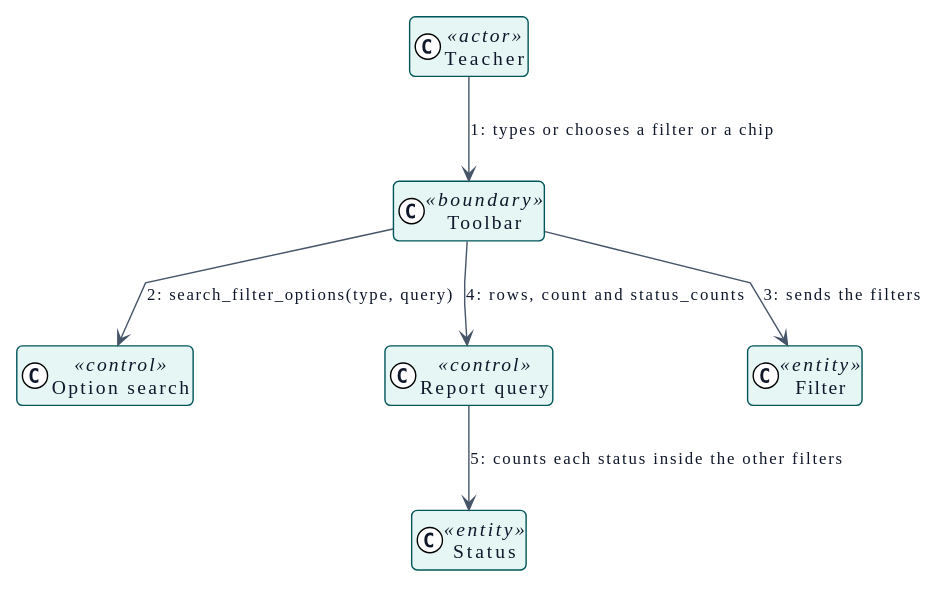
Before: docs/es/technical/analysis/use-cases/narrowReport/collaboration.svg, a diagram exported from PlantUML (didactika/moodle-report_autograder). Source of this version:
```plantuml
@startuml
!theme plain
skinparam backgroundColor #FFFFFF
skinparam defaultFontName IBM Plex Sans
skinparam defaultFontSize 14
skinparam defaultFontColor #0F172A
skinparam shadowing false
skinparam packageStyle rectangle
skinparam ArrowFontSize 12
skinparam ClassAttributeIconSize 0
skinparam roundCorner 8
skinparam ArrowColor #475569
skinparam ArrowFontColor #0F172A
skinparam NoteBackgroundColor #FDF3DC
skinparam NoteBorderColor #00555A
skinparam NoteFontColor #0F172A
skinparam class {
  BackgroundColor #E6F6F4
  BorderColor #00555A
  FontColor #0F172A
}
skinparam entity {
  BackgroundColor #E6F6F4
  BorderColor #00555A
  FontColor #0F172A
}
skinparam participant {
  BackgroundColor #E6F6F4
  BorderColor #00555A
  FontColor #0F172A
}
skinparam actor {
  BackgroundColor #E6F6F4
  BorderColor #00555A
  FontColor #0F172A
}
skinparam database {
  BackgroundColor #E6F6F4
  BorderColor #00555A
  FontColor #0F172A
}
skinparam component {
  BackgroundColor #E6F6F4
  BorderColor #00555A
  FontColor #0F172A
}
skinparam node {
  BackgroundColor #E6F6F4
  BorderColor #00555A
  FontColor #0F172A
}
skinparam usecase {
  BackgroundColor #E6F6F4
  BorderColor #00555A
  FontColor #0F172A
}
skinparam interface {
  BackgroundColor #E6F6F4
  BorderColor #00555A
  FontColor #0F172A
}
skinparam state {
  BackgroundColor #E6F6F4
  BorderColor #00555A
  FontColor #0F172A
  StartColor #475569
  EndColor #475569
  ArrowColor #475569
}
skinparam package {
  BackgroundColor #F1F5F9
  BorderColor #00555A
  FontColor #0F172A
}
skinparam sequence {
  LifeLineBorderColor #475569
  LifeLineBackgroundColor #E6F6F4
  ArrowColor #475569
  GroupBorderColor #00555A
  GroupBackgroundColor #F1F5F9
}
skinparam package<<level1>> {
  BackgroundColor #A7DDD5
  BorderColor #00555A
  FontColor #0F172A
}
skinparam package<<level2>> {
  BackgroundColor #C8EEE9
  BorderColor #00555A
  FontColor #0F172A
}
skinparam package<<level3>> {
  BackgroundColor #E6F6F4
  BorderColor #00555A
  FontColor #0F172A
}
skinparam package<<level4>> {
  BackgroundColor #F4FBFA
  BorderColor #00555A
  FontColor #0F172A
}
hide <<level1>> stereotype
hide <<level2>> stereotype
hide <<level3>> stereotype
hide <<level4>> stereotype
hide empty members
skinparam linetype polyline
top to bottom direction

class "Teacher" as user <<actor>>
class "Toolbar" as toolbar <<boundary>>
class "Option search" as search <<control>>
class "Report query" as query <<control>>
class "Filter" as filter <<entity>>
class "Status" as status <<entity>>

user --> toolbar : 1: types or chooses a filter or a chip
toolbar --> search : 2: search_filter_options(type, query)
toolbar --> filter : 3: sends the filters
toolbar --> query : 4: rows, count and status_counts
query --> status : 5: counts each status inside the other filters
@enduml
```
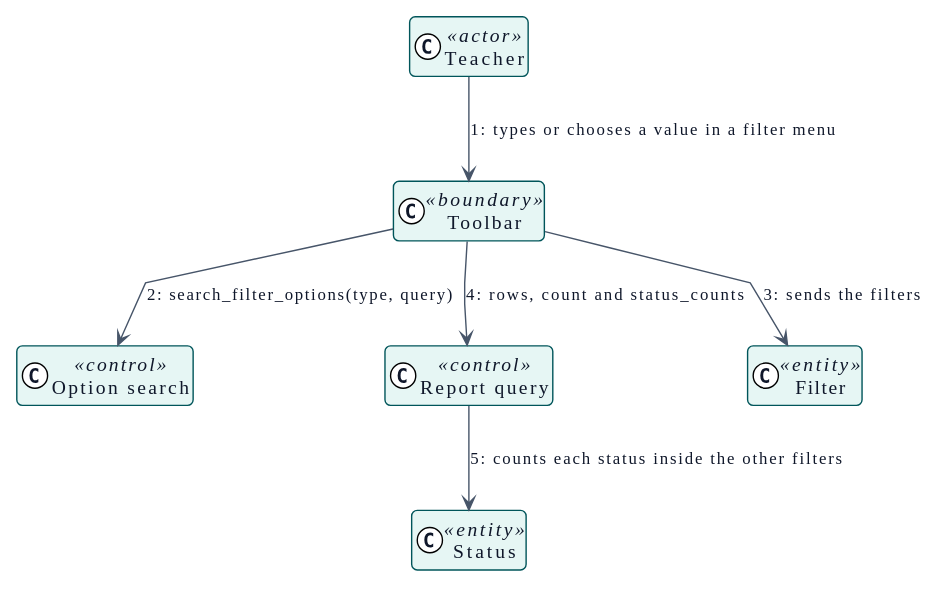
The same diagram one commit later.

Diff of the diagram source:
```diff
@@ -114,7 +114,7 @@
 class "Filter" as filter <<entity>>
 class "Status" as status <<entity>>
 
-user --> toolbar : 1: types or chooses a filter or a chip
+user --> toolbar : 1: types or chooses a value in a filter menu
 toolbar --> search : 2: search_filter_options(type, query)
 toolbar --> filter : 3: sends the filters
 toolbar --> query : 4: rows, count and status_counts
```
